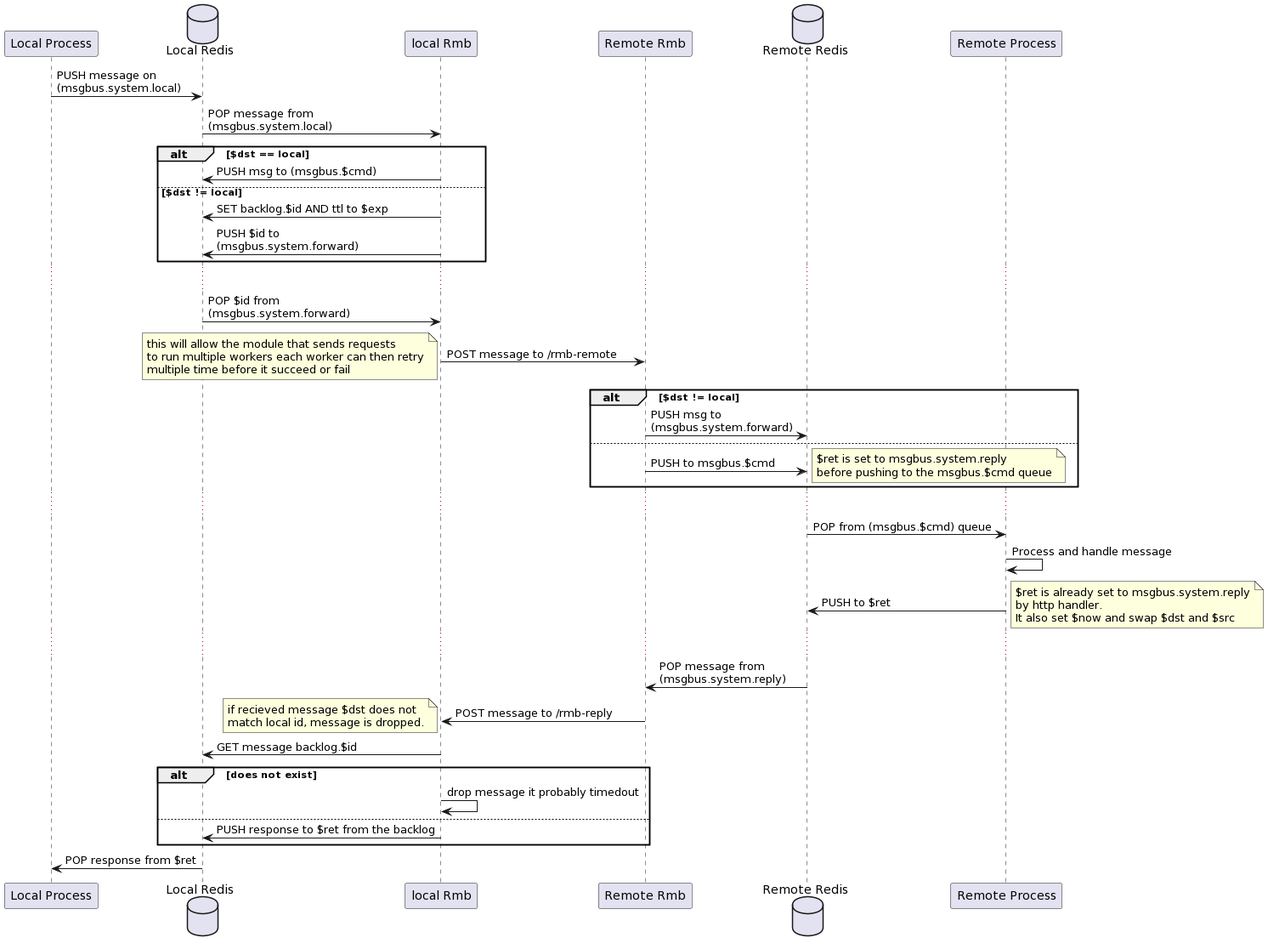
Earlier version of the PlantUML export docs/png/RMB.png (threefoldtech/rmb-rs).
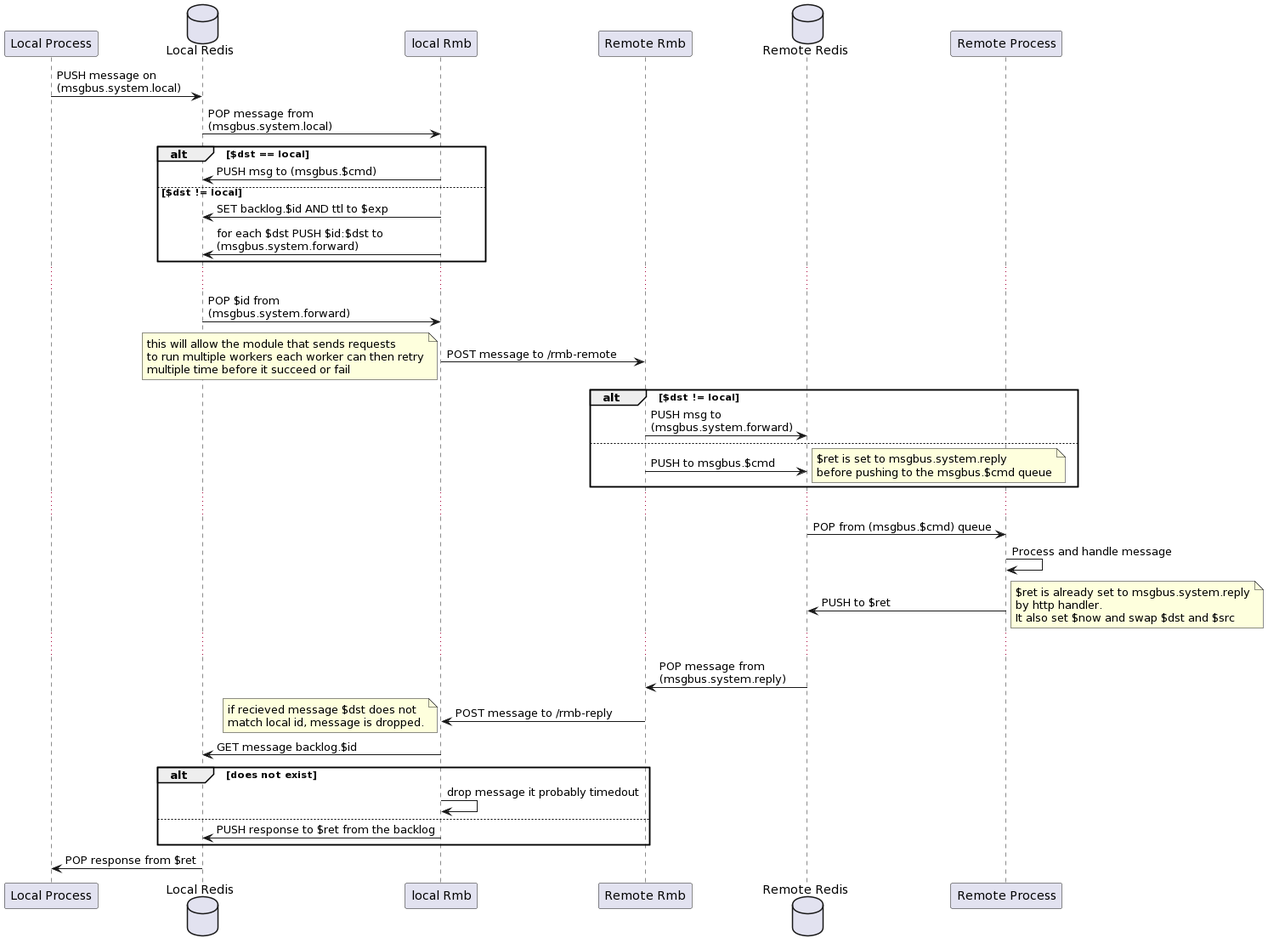
Above is the later version.

Diff of the diagram source:
```diff
@@ -14,7 +14,7 @@
 lrmb -> lr: PUSH msg to (msgbus.$cmd)
 else $dst != local
 lrmb -> lr: SET backlog.$id AND ttl to $exp
-lrmb -> lr: PUSH $id to \n(msgbus.system.forward)
+lrmb -> lr: for each $dst PUSH $id:$dst to \n(msgbus.system.forward)
 end
 ...
 lr -> lrmb: POP $id from \n(msgbus.system.forward)
```
